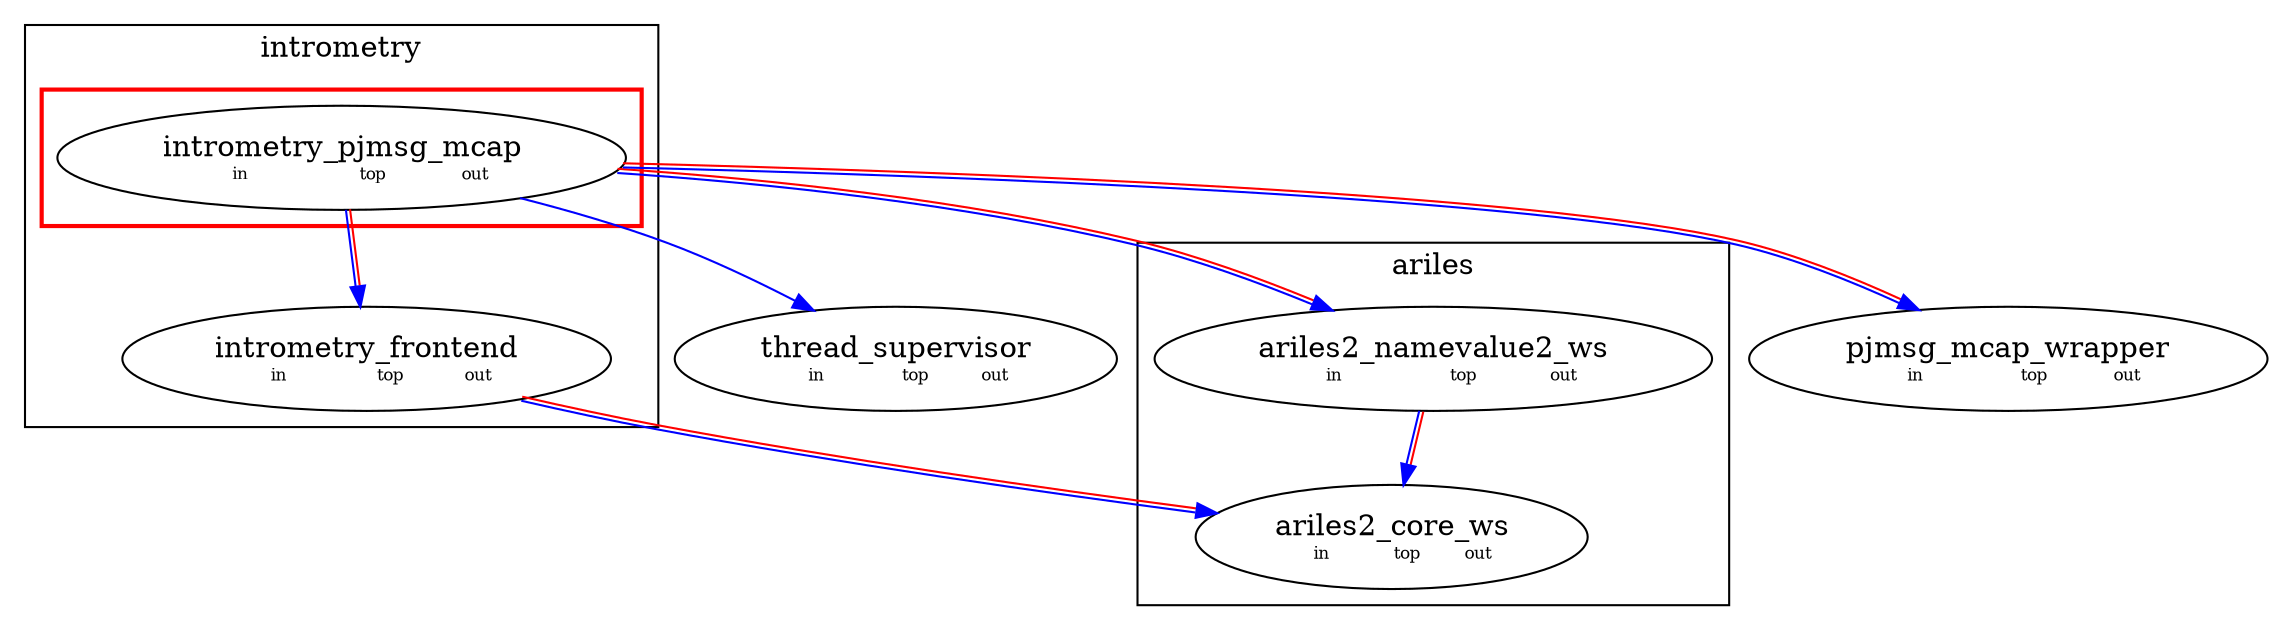
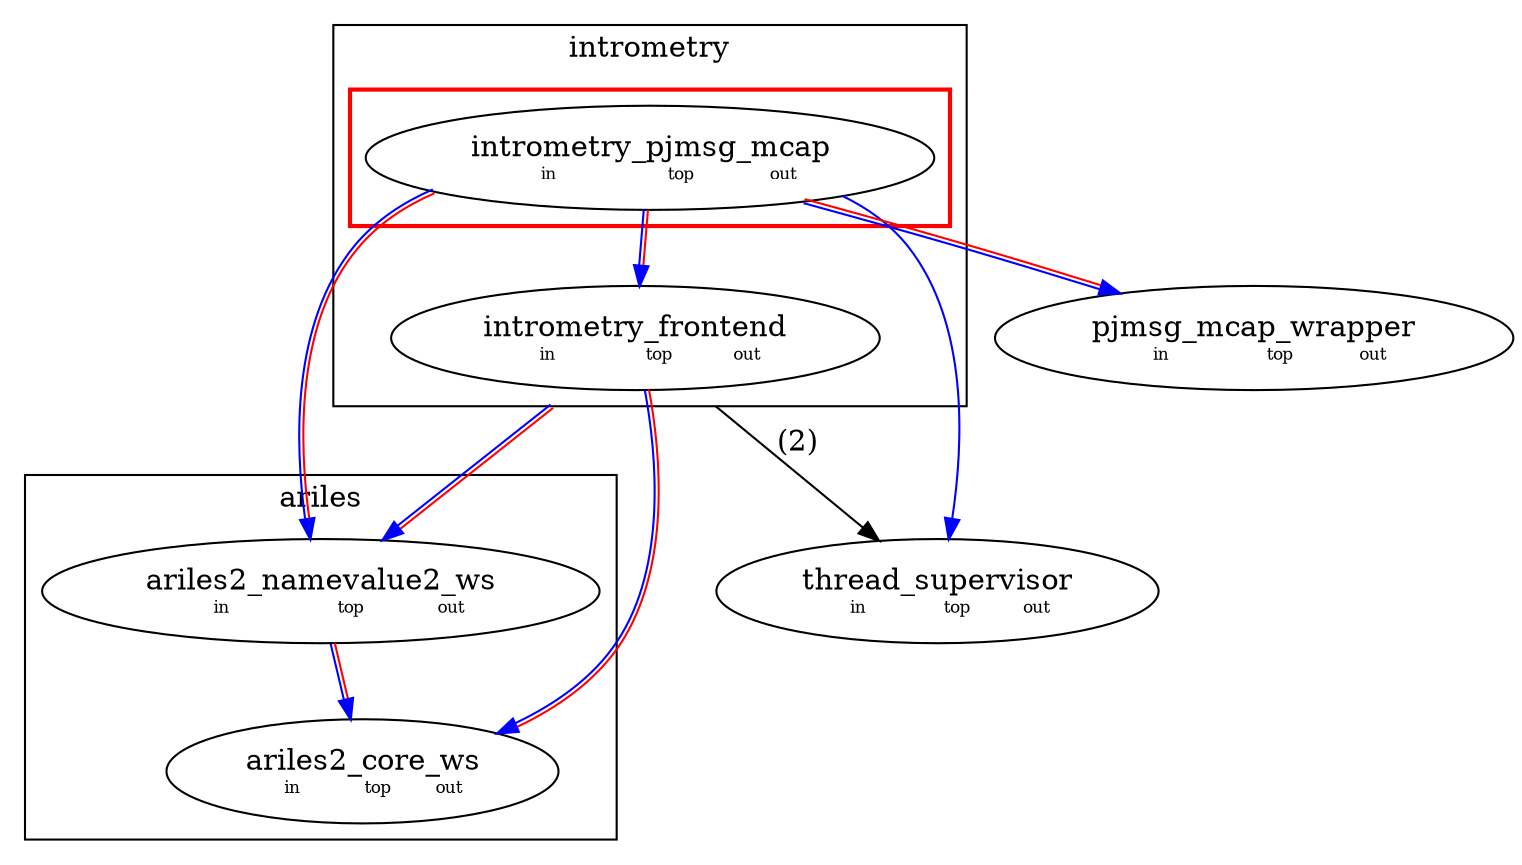
digraph packages_intrometry_pjmsg_mcap_recursive_out {
compound=true;

+ subgraph cluster_3 {
+ label="ariles";
+ cluster=true;
+ "cluster_3.ariles2_namevalue2_ws" [label=<<table border="0" cellspacing="1" cellpadding="0" title="ariles2_namevalue2_ws"><tr><td colspan="3">ariles2_namevalue2_ws</td></tr><tr><td href="packages_ariles2_namevalue2_ws_recursive_in.svg"><font point-size="8">in</font></td><td href="packages.svg"><font point-size="8">top</font></td><td href="packages_ariles2_namevalue2_ws_recursive_out.svg"><font point-size="8">out</font></td></tr></table>>];
+ "cluster_3.ariles2_core_ws" [label=<<table border="0" cellspacing="1" cellpadding="0" title="ariles2_core_ws"><tr><td colspan="3">ariles2_core_ws</td></tr><tr><td href="packages_ariles2_core_ws_recursive_in.svg"><font point-size="8">in</font></td><td href="packages.svg"><font point-size="8">top</font></td><td href="packages_ariles2_core_ws_recursive_out.svg"><font point-size="8">out</font></td></tr></table>>];
+ }
+ thread_supervisor [label=<<table border="0" cellspacing="1" cellpadding="0" title="thread_supervisor"><tr><td colspan="3">thread_supervisor</td></tr><tr><td href="packages_thread_supervisor_recursive_in.svg"><font point-size="8">in</font></td><td href="packages.svg"><font point-size="8">top</font></td><td href="packages_thread_supervisor_recursive_out.svg"><font point-size="8">out</font></td></tr></table>>];
+ pjmsg_mcap_wrapper [label=<<table border="0" cellspacing="1" cellpadding="0" title="pjmsg_mcap_wrapper"><tr><td colspan="3">pjmsg_mcap_wrapper</td></tr><tr><td href="packages_pjmsg_mcap_wrapper_recursive_in.svg"><font point-size="8">in</font></td><td href="packages.svg"><font point-size="8">top</font></td><td href="packages_pjmsg_mcap_wrapper_recursive_out.svg"><font point-size="8">out</font></td></tr></table>>];
subgraph cluster_0 {
label="intrometry";
cluster=true;
subgraph "cluster_0.packages_intrometry_pjmsg_mcap_recursive_out_highlight_scope" {
shape=rectangle;
color=red;
penwidth=2;
label="";
cluster=true;
"cluster_0.packages_intrometry_pjmsg_mcap_recursive_out_highlight_scope.intrometry_pjmsg_mcap" [label=<<table border="0" cellspacing="1" cellpadding="0" title="intrometry_pjmsg_mcap"><tr><td colspan="3">intrometry_pjmsg_mcap</td></tr><tr><td href="packages_intrometry_pjmsg_mcap_recursive_in.svg"><font point-size="8">in</font></td><td href="packages.svg"><font point-size="8">top</font></td><td href="packages_intrometry_pjmsg_mcap_recursive_out.svg"><font point-size="8">out</font></td></tr></table>>];
}
"cluster_0.intrometry_frontend" [label=<<table border="0" cellspacing="1" cellpadding="0" title="intrometry_frontend"><tr><td colspan="3">intrometry_frontend</td></tr><tr><td href="packages_intrometry_frontend_recursive_in.svg"><font point-size="8">in</font></td><td href="packages.svg"><font point-size="8">top</font></td><td href="packages_intrometry_frontend_recursive_out.svg"><font point-size="8">out</font></td></tr></table>>];
}
- thread_supervisor [label=<<table border="0" cellspacing="1" cellpadding="0" title="thread_supervisor"><tr><td colspan="3">thread_supervisor</td></tr><tr><td href="packages_thread_supervisor_recursive_in.svg"><font point-size="8">in</font></td><td href="packages.svg"><font point-size="8">top</font></td><td href="packages_thread_supervisor_recursive_out.svg"><font point-size="8">out</font></td></tr></table>>];
- subgraph cluster_3 {
- label="ariles";
- cluster=true;
- "cluster_3.ariles2_namevalue2_ws" [label=<<table border="0" cellspacing="1" cellpadding="0" title="ariles2_namevalue2_ws"><tr><td colspan="3">ariles2_namevalue2_ws</td></tr><tr><td href="packages_ariles2_namevalue2_ws_recursive_in.svg"><font point-size="8">in</font></td><td href="packages.svg"><font point-size="8">top</font></td><td href="packages_ariles2_namevalue2_ws_recursive_out.svg"><font point-size="8">out</font></td></tr></table>>];
- "cluster_3.ariles2_core_ws" [label=<<table border="0" cellspacing="1" cellpadding="0" title="ariles2_core_ws"><tr><td colspan="3">ariles2_core_ws</td></tr><tr><td href="packages_ariles2_core_ws_recursive_in.svg"><font point-size="8">in</font></td><td href="packages.svg"><font point-size="8">top</font></td><td href="packages_ariles2_core_ws_recursive_out.svg"><font point-size="8">out</font></td></tr></table>>];
- }
- pjmsg_mcap_wrapper [label=<<table border="0" cellspacing="1" cellpadding="0" title="pjmsg_mcap_wrapper"><tr><td colspan="3">pjmsg_mcap_wrapper</td></tr><tr><td href="packages_pjmsg_mcap_wrapper_recursive_in.svg"><font point-size="8">in</font></td><td href="packages.svg"><font point-size="8">top</font></td><td href="packages_pjmsg_mcap_wrapper_recursive_out.svg"><font point-size="8">out</font></td></tr></table>>];
+ "cluster_0.packages_intrometry_pjmsg_mcap_recursive_out_highlight_scope.intrometry_pjmsg_mcap" -> "cluster_0.intrometry_frontend" [color="#0000ff:#ff0000"];
+ "cluster_0.packages_intrometry_pjmsg_mcap_recursive_out_highlight_scope.intrometry_pjmsg_mcap" -> "cluster_3.ariles2_namevalue2_ws" [color="#0000ff:#ff0000"];
"cluster_0.packages_intrometry_pjmsg_mcap_recursive_out_highlight_scope.intrometry_pjmsg_mcap" -> pjmsg_mcap_wrapper [color="#0000ff:#ff0000"];
"cluster_0.packages_intrometry_pjmsg_mcap_recursive_out_highlight_scope.intrometry_pjmsg_mcap" -> thread_supervisor [color="#0000ff"];
- "cluster_0.packages_intrometry_pjmsg_mcap_recursive_out_highlight_scope.intrometry_pjmsg_mcap" -> "cluster_3.ariles2_namevalue2_ws" [color="#0000ff:#ff0000"];
- "cluster_0.packages_intrometry_pjmsg_mcap_recursive_out_highlight_scope.intrometry_pjmsg_mcap" -> "cluster_0.intrometry_frontend" [color="#0000ff:#ff0000"];
+ "cluster_0.intrometry_frontend" -> "cluster_3.ariles2_core_ws" [color="#0000ff:#ff0000"];
"cluster_3.ariles2_namevalue2_ws" -> "cluster_3.ariles2_core_ws" [color="#0000ff:#ff0000"];
- "cluster_0.intrometry_frontend" -> "cluster_3.ariles2_core_ws" [color="#0000ff:#ff0000"];
+ "cluster_0.intrometry_frontend" -> "cluster_3.ariles2_namevalue2_ws" [color="#0000ff:#ff0000", ltail="cluster_0", tailclip=false];
+ "cluster_0.intrometry_frontend" -> thread_supervisor [ltail="cluster_0", tailclip=false, label="(2)"];
}
